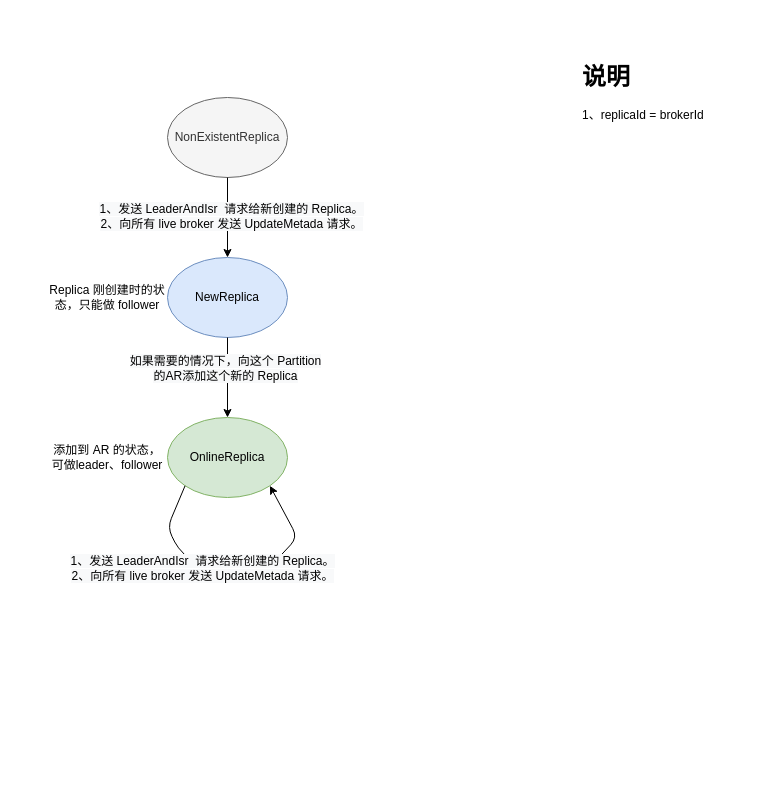
This is page "ReplicaStateMachine" (1 of 2) of kafka_controller.drawio from chuyuqiao/gogogo, a draw.io file, before an edit. Source tidied: cells renumbered, new cells numbered last; positions are measured from the earlier drawing's top-left corner, leaving out a move shared by most shapes. Both pictures are drawn from the tidied source at 100%, with x=0, y=0 at pixel (47, 57).
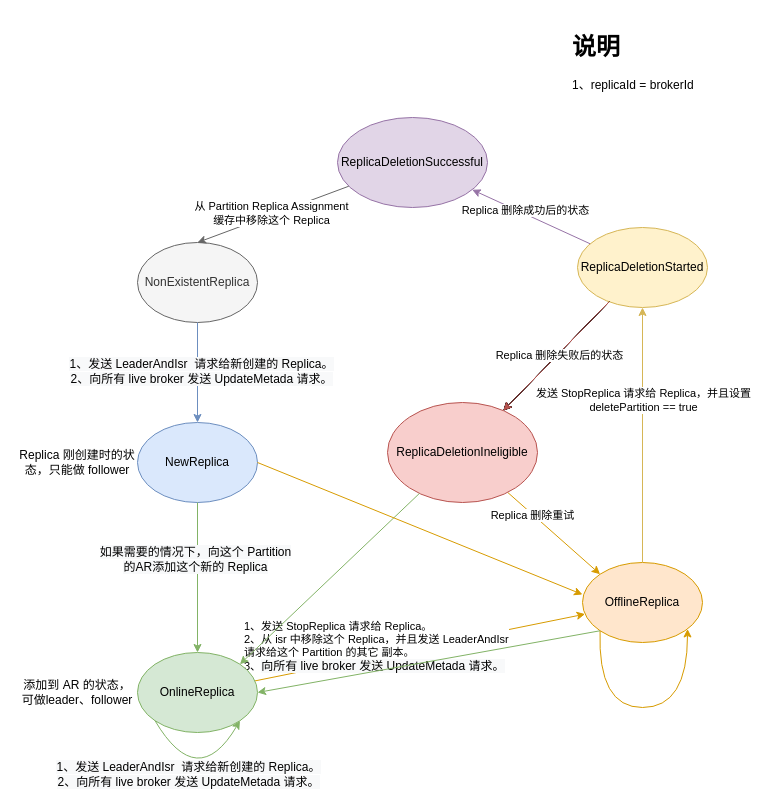
The same diagram, later.

Diff of the diagram source:
```diff
@@
-    <mxCell id="2" style="group;" parent="1" vertex="1">
-      <mxGeometry width="720" height="440" as="geometry" />
-    </mxCell>
-    <mxCell id="3" style="group;sketch=0;" parent="2" vertex="1">
-      <mxGeometry width="720" height="440" as="geometry" />
-    </mxCell>
+    <mxCell id="17" style="group;sketch=0;" parent="1" vertex="1">
+      <mxGeometry x="-30" y="-30" width="740" height="765" as="geometry" />
+    </mxCell>
-    <mxCell id="4" value="&lt;h1&gt;说明&lt;/h1&gt;&lt;p&gt;1、replicaId = brokerId&lt;/p&gt;" style="text;html=1;strokeColor=none;fillColor=none;spacing=5;spacingTop=-20;whiteSpace=wrap;overflow=hidden;rounded=0;sketch=0;" parent="3" vertex="1">
-      <mxGeometry x="530" width="190" height="120" as="geometry" />
+    <mxCell id="4" value="&lt;h1&gt;说明&lt;/h1&gt;&lt;p&gt;1、replicaId = brokerId&lt;/p&gt;" style="text;html=1;strokeColor=none;fillColor=none;spacing=5;spacingTop=-20;whiteSpace=wrap;overflow=hidden;rounded=0;sketch=0;" parent="17" vertex="1">
+      <mxGeometry x="550" width="190" height="120" as="geometry" />
     </mxCell>
-    <mxCell id="5" style="group;sketch=0;" parent="3" vertex="1">
-      <mxGeometry y="40" width="315" height="400" as="geometry" />
-    </mxCell>
+    <mxCell id="18" style="edgeStyle=none;rounded=0;orthogonalLoop=1;jettySize=auto;html=1;entryX=1;entryY=0.5;entryDx=0;entryDy=0;" parent="17" edge="1" source="19" target="19">
+      <mxGeometry relative="1" as="geometry" />
+    </mxCell>
+    <mxCell id="19" value="OfflineReplica" style="ellipse;whiteSpace=wrap;html=1;strokeColor=#d79b00;fillColor=#ffe6cc;sketch=0;" parent="17" vertex="1">
+      <mxGeometry x="565" y="535" width="120" height="80" as="geometry" />
+    </mxCell>
+    <mxCell id="20" style="rounded=1;sketch=0;jumpStyle=none;jettySize=auto;html=1;shadow=0;fillColor=#ffe6cc;strokeColor=#d79b00;" parent="17" edge="1" source="10" target="19">
+      <mxGeometry relative="1" as="geometry" />
+    </mxCell>
+    <mxCell id="21" value="1、发送 StopReplica 请求给 Replica。&lt;br&gt;2、从 isr 中移除这个 Replica，并且发送 LeaderAndIsr &lt;br&gt;请求给这个 Partition 的其它 副本。&lt;br&gt;3、&lt;span style=&quot;font-size: 12px ; background-color: rgb(248 , 249 , 250)&quot;&gt;向所有 live broker 发送 UpdateMetada 请求。&lt;/span&gt;" style="edgeLabel;html=1;align=left;verticalAlign=middle;" parent="20" vertex="1">
+      <mxGeometry x="0.04" y="2" relative="1" as="geometry">
+        <mxPoint x="-184" y="2" as="offset" />
+      </mxGeometry>
+    </mxCell>
+    <mxCell id="22" value="ReplicaDeletionStarted" style="ellipse;whiteSpace=wrap;html=1;strokeColor=#d6b656;fillColor=#fff2cc;sketch=0;" parent="17" vertex="1">
+      <mxGeometry x="560" y="200" width="130" height="80" as="geometry" />
+    </mxCell>
+    <mxCell id="23" style="rounded=1;sketch=0;jumpStyle=none;jettySize=auto;html=1;shadow=0;fillColor=#fff2cc;strokeColor=#d6b656;" parent="17" edge="1" source="19" target="22">
+      <mxGeometry relative="1" as="geometry" />
+    </mxCell>
+    <mxCell id="24" value="&lt;span style=&quot;text-align: left&quot;&gt;发送 StopReplica 请求给 Replica，并且设置&lt;br&gt;deletePartition == true&lt;br&gt;&lt;/span&gt;" style="edgeLabel;html=1;align=center;verticalAlign=middle;" parent="23" vertex="1">
+      <mxGeometry x="0.28" relative="1" as="geometry" />
+    </mxCell>
+    <mxCell id="25" style="rounded=0;jettySize=auto;html=1;entryX=0;entryY=0;entryDx=0;entryDy=0;fillColor=#ffe6cc;strokeColor=#d79b00;" parent="17" edge="1" source="27" target="19">
+      <mxGeometry relative="1" as="geometry" />
+    </mxCell>
+    <mxCell id="26" value="Replica 删除重试" style="edgeLabel;html=1;align=center;verticalAlign=middle;" parent="25" vertex="1">
+      <mxGeometry x="-0.47" y="-1" relative="1" as="geometry" />
+    </mxCell>
+    <mxCell id="27" value="ReplicaDeletionIneligible" style="ellipse;whiteSpace=wrap;html=1;strokeColor=#b85450;fillColor=#f8cecc;sketch=0;" parent="17" vertex="1">
+      <mxGeometry x="370" y="375" width="150" height="100" as="geometry" />
+    </mxCell>
+    <mxCell id="28" style="rounded=1;sketch=0;jumpStyle=none;jettySize=auto;html=1;shadow=0;" parent="17" edge="1" source="22" target="27">
+      <mxGeometry relative="1" as="geometry" />
+    </mxCell>
+    <mxCell id="29" style="edgeStyle=none;rounded=1;sketch=0;jumpStyle=none;jettySize=auto;html=1;shadow=0;" parent="17" edge="1" source="22" target="27">
+      <mxGeometry relative="1" as="geometry" />
+    </mxCell>
+    <mxCell id="30" style="edgeStyle=none;rounded=1;sketch=0;jumpStyle=none;jettySize=auto;html=1;shadow=0;" parent="17" edge="1" source="22" target="27">
+      <mxGeometry relative="1" as="geometry" />
+    </mxCell>
+    <mxCell id="31" style="edgeStyle=none;rounded=1;sketch=0;jumpStyle=none;jettySize=auto;html=1;shadow=0;" parent="17" edge="1" source="22" target="27">
+      <mxGeometry relative="1" as="geometry" />
+    </mxCell>
+    <mxCell id="32" style="edgeStyle=none;rounded=1;sketch=0;jumpStyle=none;jettySize=auto;html=1;shadow=0;fillColor=#f8cecc;strokeColor=#b85450;" parent="17" edge="1" source="22" target="27">
+      <mxGeometry relative="1" as="geometry" />
+    </mxCell>
+    <mxCell id="33" value="Replica 删除失败后的状态" style="edgeLabel;html=1;align=center;verticalAlign=middle;" parent="32" vertex="1">
+      <mxGeometry x="-0.04" y="1" relative="1" as="geometry" />
+    </mxCell>
+    <mxCell id="34" value="ReplicaDeletionSuccessful" style="ellipse;whiteSpace=wrap;html=1;strokeColor=#9673a6;fillColor=#e1d5e7;sketch=0;" parent="17" vertex="1">
+      <mxGeometry x="320" y="90" width="150" height="90" as="geometry" />
+    </mxCell>
+    <mxCell id="35" style="edgeStyle=none;rounded=1;sketch=0;jumpStyle=none;jettySize=auto;html=1;shadow=0;fillColor=#e1d5e7;strokeColor=#9673a6;" parent="17" edge="1" source="22" target="34">
+      <mxGeometry relative="1" as="geometry" />
+    </mxCell>
+    <mxCell id="36" value="Replica 删除成功后的状态" style="edgeLabel;html=1;align=center;verticalAlign=middle;" parent="35" vertex="1">
+      <mxGeometry x="0.13" y="-4" relative="1" as="geometry" />
+    </mxCell>
-    <mxCell id="6" value="NonExistentReplica" style="ellipse;whiteSpace=wrap;html=1;fillColor=#f5f5f5;strokeColor=#666666;fontColor=#333333;sketch=0;" parent="5" vertex="1">
-      <mxGeometry x="120" width="120" height="80" as="geometry" />
+    <mxCell id="6" value="NonExistentReplica" style="ellipse;whiteSpace=wrap;html=1;fillColor=#f5f5f5;strokeColor=#666666;fontColor=#333333;sketch=0;" parent="17" vertex="1">
+      <mxGeometry x="120" y="215" width="120" height="80" as="geometry" />
     </mxCell>
-    <mxCell id="7" value="NewReplica" style="ellipse;whiteSpace=wrap;html=1;fillColor=#dae8fc;strokeColor=#6c8ebf;sketch=0;" parent="5" vertex="1">
-      <mxGeometry x="120" y="160" width="120" height="80" as="geometry" />
-    </mxCell>
+    <mxCell id="37" style="edgeStyle=none;rounded=1;sketch=0;jumpStyle=none;jettySize=auto;html=1;shadow=0;entryX=0.5;entryY=0;entryDx=0;entryDy=0;fillColor=#f5f5f5;strokeColor=#666666;" parent="17" edge="1" source="34" target="6">
+      <mxGeometry relative="1" as="geometry" />
+    </mxCell>
+    <mxCell id="38" value="从 Partition Replica Assignment&lt;br&gt;缓存中移除这个 Replica" style="edgeLabel;html=1;align=center;verticalAlign=middle;" parent="37" vertex="1">
+      <mxGeometry x="0.01" y="-2" relative="1" as="geometry" />
+    </mxCell>
-    <mxCell id="8" style="edgeStyle=orthogonalEdgeStyle;rounded=0;jettySize=auto;html=1;sketch=0;" parent="5" edge="1" source="6" target="7">
-      <mxGeometry relative="1" as="geometry" />
+    <mxCell id="8" style="rounded=0;jettySize=auto;html=1;sketch=0;fillColor=#dae8fc;strokeColor=#6c8ebf;" parent="17" edge="1" source="6" target="7">
+      <mxGeometry y="305" as="geometry" />
     </mxCell>
@@
+    <mxCell id="39" style="group;" parent="17" vertex="1">
+      <mxGeometry y="395" width="240" height="80" as="geometry" />
+    </mxCell>
+    <mxCell id="7" value="NewReplica" style="ellipse;whiteSpace=wrap;html=1;fillColor=#dae8fc;strokeColor=#6c8ebf;sketch=0;" parent="39" vertex="1">
+      <mxGeometry x="120" width="120" height="80" as="geometry" />
+    </mxCell>
+    <mxCell id="13" value="Replica 刚创建时的状态，只能做 follower" style="text;html=1;strokeColor=none;fillColor=none;align=center;verticalAlign=middle;whiteSpace=wrap;rounded=0;sketch=0;" parent="39" vertex="1">
+      <mxGeometry y="30" width="120" height="20" as="geometry" />
+    </mxCell>
+    <mxCell id="40" style="endArrow=classic;html=1;exitX=0;exitY=1;exitDx=0;exitDy=0;edgeStyle=orthogonalEdgeStyle;curved=1;fillColor=#ffe6cc;strokeColor=#d79b00;" parent="17" edge="1" source="19" target="19">
+      <mxGeometry relative="1" as="geometry">
+        <Array as="points">
+          <mxPoint x="670" y="680" />
+        </Array>
+      </mxGeometry>
+    </mxCell>
+    <mxCell id="41" style="group;" parent="17" vertex="1">
+      <mxGeometry y="625" width="240" height="140" as="geometry" />
+    </mxCell>
-    <mxCell id="10" value="OnlineReplica" style="ellipse;whiteSpace=wrap;html=1;fillColor=#d5e8d4;strokeColor=#82b366;sketch=0;" parent="5" vertex="1">
-      <mxGeometry x="120" y="320" width="120" height="80" as="geometry" />
+    <mxCell id="10" value="OnlineReplica" style="ellipse;whiteSpace=wrap;html=1;fillColor=#d5e8d4;strokeColor=#82b366;sketch=0;" parent="41" vertex="1">
+      <mxGeometry x="120" width="120" height="80" as="geometry" />
     </mxCell>
-    <mxCell id="11" style="edgeStyle=orthogonalEdgeStyle;rounded=0;jettySize=auto;html=1;sketch=0;" parent="5" edge="1" source="7" target="10">
-      <mxGeometry relative="1" as="geometry" />
-    </mxCell>
-    <mxCell id="12" value="&lt;span style=&quot;font-size: 12px ; text-align: left ; background-color: rgb(248 , 249 , 250)&quot;&gt;如果需要的情况下，向这个 Partition &lt;br&gt;的AR添加这个新的 Replica&lt;/span&gt;" style="edgeLabel;html=1;align=center;verticalAlign=middle;" parent="11" vertex="1">
-      <mxGeometry x="-0.25" y="-3" relative="1" as="geometry" />
-    </mxCell>
-    <mxCell id="13" value="Replica 刚创建时的状态，只能做 follower" style="text;html=1;strokeColor=none;fillColor=none;align=center;verticalAlign=middle;whiteSpace=wrap;rounded=0;sketch=0;" parent="5" vertex="1">
-      <mxGeometry y="190" width="120" height="20" as="geometry" />
-    </mxCell>
-    <mxCell id="14" value="添加到 AR 的状态，可做leader、follower" style="text;html=1;strokeColor=none;fillColor=none;align=center;verticalAlign=middle;whiteSpace=wrap;rounded=0;sketch=0;" parent="5" vertex="1">
-      <mxGeometry y="345" width="120" height="30" as="geometry" />
+    <mxCell id="14" value="添加到 AR 的状态，可做leader、follower" style="text;html=1;strokeColor=none;fillColor=none;align=center;verticalAlign=middle;whiteSpace=wrap;rounded=0;sketch=0;" parent="41" vertex="1">
+      <mxGeometry y="25" width="120" height="30" as="geometry" />
     </mxCell>
-    <mxCell id="15" style="endArrow=classic;html=1;exitX=0;exitY=1;exitDx=0;exitDy=0;entryX=1;entryY=1;entryDx=0;entryDy=0;rounded=1;jumpStyle=none;shadow=0;" parent="5" edge="1" source="10" target="10">
-      <mxGeometry relative="1" as="geometry">
+    <mxCell id="15" style="endArrow=classic;html=1;exitX=0;exitY=1;exitDx=0;exitDy=0;entryX=1;entryY=1;entryDx=0;entryDy=0;rounded=1;jumpStyle=none;shadow=0;edgeStyle=orthogonalEdgeStyle;curved=1;fillColor=#d5e8d4;strokeColor=#82b366;" parent="41" edge="1" source="10" target="10">
+      <mxGeometry y="-320" as="geometry">
         <Array as="points">
-          <mxPoint x="120" y="430" />
-          <mxPoint x="130" y="450" />
-          <mxPoint x="150" y="470" />
-          <mxPoint x="170" y="480" />
-          <mxPoint x="222" y="470" />
-          <mxPoint x="250" y="440" />
+          <mxPoint x="180" y="140" />
         </Array>
       </mxGeometry>
     </mxCell>
@@
+    <mxCell id="42" style="rounded=0;jettySize=auto;html=1;entryX=1;entryY=0;entryDx=0;entryDy=0;fillColor=#d5e8d4;strokeColor=#82b366;" parent="17" edge="1" source="27" target="10">
+      <mxGeometry relative="1" as="geometry" />
+    </mxCell>
+    <mxCell id="43" style="endArrow=classic;html=1;entryX=0;entryY=0.4;entryDx=0;entryDy=0;entryPerimeter=0;exitX=1;exitY=0.5;exitDx=0;exitDy=0;fillColor=#ffe6cc;strokeColor=#d79b00;" parent="17" edge="1" source="7" target="19">
+      <mxGeometry relative="1" as="geometry" />
+    </mxCell>
+    <mxCell id="11" style="rounded=0;jettySize=auto;html=1;sketch=0;fillColor=#d5e8d4;strokeColor=#82b366;" parent="17" edge="1" source="7" target="10">
+      <mxGeometry y="375" as="geometry" />
+    </mxCell>
+    <mxCell id="12" value="&lt;span style=&quot;font-size: 12px ; text-align: left ; background-color: rgb(248 , 249 , 250)&quot;&gt;如果需要的情况下，向这个 Partition &lt;br&gt;的AR添加这个新的 Replica&lt;/span&gt;" style="edgeLabel;html=1;align=center;verticalAlign=middle;" parent="11" vertex="1">
+      <mxGeometry x="-0.25" y="-3" relative="1" as="geometry" />
+    </mxCell>
+    <mxCell id="44" style="endArrow=classic;html=1;entryX=1;entryY=0.5;entryDx=0;entryDy=0;exitX=0;exitY=1;exitDx=0;exitDy=0;fillColor=#d5e8d4;strokeColor=#82b366;" parent="17" edge="1" source="19" target="10">
+      <mxGeometry relative="1" as="geometry" />
+    </mxCell>
```
